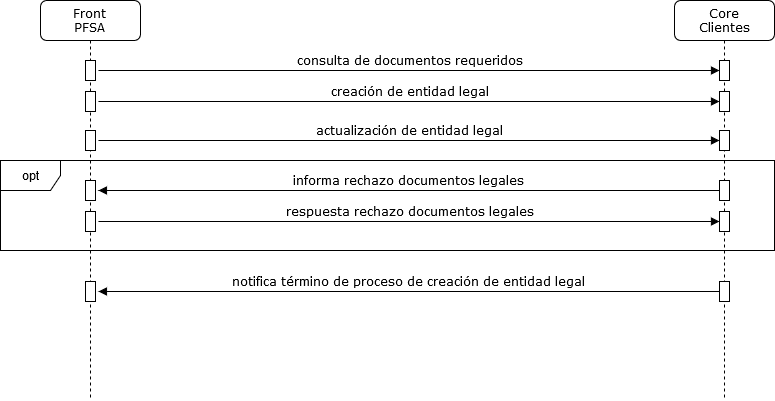
Before: Diagrama de Interacción Front.png, a diagram exported from draw.io (Derivatik/Recursos-Documentacion). Source tidied: cells renumbered, new cells last; positions are measured from the earlier drawing's top-left corner, leaving out a move shared by most shapes. Source of this version:
```xml
<mxGraphModel background="#ffffff">
  <root>
    <mxCell id="0" />
    <mxCell id="1" parent="0" />
    <mxCell id="2" value="consulta de documentos requeridos" style="html=1;verticalAlign=bottom;endArrow=block;labelBackgroundColor=none;fontFamily=Verdana;fontSize=12;edgeStyle=elbowEdgeStyle;elbow=vertical;exitX=1.295;exitY=0.5;exitDx=0;exitDy=0;exitPerimeter=0;" parent="1" edge="1" source="6" target="4">
      <mxGeometry relative="1" as="geometry" />
    </mxCell>
    <mxCell id="3" value="Core &lt;br&gt;Clientes" style="shape=umlLifeline;perimeter=lifelinePerimeter;whiteSpace=wrap;html=1;rounded=1;shadow=0;comic=0;labelBackgroundColor=none;strokeWidth=1;fontFamily=Verdana;fontSize=12;align=center;" parent="1" vertex="1">
      <mxGeometry x="674" width="100" height="400" as="geometry" />
    </mxCell>
    <mxCell id="4" style="html=1;points=[];perimeter=orthogonalPerimeter;rounded=0;shadow=0;comic=0;labelBackgroundColor=none;strokeWidth=1;fontFamily=Verdana;fontSize=12;align=center;" parent="3" vertex="1">
      <mxGeometry x="45" y="60" width="10" height="20" as="geometry" />
    </mxCell>
    <mxCell id="5" value="Front&lt;br&gt;PFSA" style="shape=umlLifeline;perimeter=lifelinePerimeter;whiteSpace=wrap;html=1;rounded=1;shadow=0;comic=0;labelBackgroundColor=none;strokeWidth=1;fontFamily=Verdana;fontSize=12;align=center;" parent="1" vertex="1">
      <mxGeometry x="40" width="100" height="400" as="geometry" />
    </mxCell>
    <mxCell id="6" style="html=1;points=[];perimeter=orthogonalPerimeter;rounded=0;shadow=0;comic=0;labelBackgroundColor=none;strokeWidth=1;fontFamily=Verdana;fontSize=12;align=center;" parent="5" vertex="1">
      <mxGeometry x="45" y="60" width="10" height="20" as="geometry" />
    </mxCell>
    <mxCell id="7" value="opt" style="shape=umlFrame;whiteSpace=wrap;html=1;" parent="1" vertex="1">
      <mxGeometry y="160" width="774" height="90" as="geometry" />
    </mxCell>
    <mxCell id="8" value="informa rechazo documentos legales" style="html=1;verticalAlign=bottom;endArrow=block;labelBackgroundColor=none;fontFamily=Verdana;fontSize=12;edgeStyle=elbowEdgeStyle;elbow=vertical;entryX=1.295;entryY=0.5;entryDx=0;entryDy=0;entryPerimeter=0;" parent="1" edge="1" source="9" target="10">
      <mxGeometry relative="1" as="geometry" />
    </mxCell>
    <mxCell id="9" style="html=1;points=[];perimeter=orthogonalPerimeter;rounded=0;shadow=0;comic=0;labelBackgroundColor=none;strokeWidth=1;fontFamily=Verdana;fontSize=12;align=center;" parent="1" vertex="1">
      <mxGeometry x="719" y="180" width="10" height="20" as="geometry" />
    </mxCell>
    <mxCell id="10" style="html=1;points=[];perimeter=orthogonalPerimeter;rounded=0;shadow=0;comic=0;labelBackgroundColor=none;strokeWidth=1;fontFamily=Verdana;fontSize=12;align=center;" parent="1" vertex="1">
      <mxGeometry x="85" y="180" width="10" height="20" as="geometry" />
    </mxCell>
    <mxCell id="11" value="respuesta rechazo documentos legales" style="html=1;verticalAlign=bottom;endArrow=block;labelBackgroundColor=none;fontFamily=Verdana;fontSize=12;edgeStyle=elbowEdgeStyle;elbow=vertical;exitX=1.295;exitY=0.5;exitDx=0;exitDy=0;exitPerimeter=0;" parent="1" edge="1" source="13" target="12">
      <mxGeometry relative="1" as="geometry" />
    </mxCell>
    <mxCell id="12" style="html=1;points=[];perimeter=orthogonalPerimeter;rounded=0;shadow=0;comic=0;labelBackgroundColor=none;strokeWidth=1;fontFamily=Verdana;fontSize=12;align=center;" parent="1" vertex="1">
      <mxGeometry x="719" y="211" width="10" height="20" as="geometry" />
    </mxCell>
    <mxCell id="13" style="html=1;points=[];perimeter=orthogonalPerimeter;rounded=0;shadow=0;comic=0;labelBackgroundColor=none;strokeWidth=1;fontFamily=Verdana;fontSize=12;align=center;" parent="1" vertex="1">
      <mxGeometry x="85" y="211" width="10" height="20" as="geometry" />
    </mxCell>
    <mxCell id="14" value="creación de entidad legal" style="html=1;verticalAlign=bottom;endArrow=block;labelBackgroundColor=none;fontFamily=Verdana;fontSize=12;edgeStyle=elbowEdgeStyle;elbow=vertical;exitX=1.295;exitY=0.5;exitDx=0;exitDy=0;exitPerimeter=0;" parent="1" edge="1" source="16" target="15">
      <mxGeometry relative="1" as="geometry" />
    </mxCell>
    <mxCell id="15" style="html=1;points=[];perimeter=orthogonalPerimeter;rounded=0;shadow=0;comic=0;labelBackgroundColor=none;strokeWidth=1;fontFamily=Verdana;fontSize=12;align=center;" parent="1" vertex="1">
      <mxGeometry x="719" y="91" width="10" height="20" as="geometry" />
    </mxCell>
    <mxCell id="16" style="html=1;points=[];perimeter=orthogonalPerimeter;rounded=0;shadow=0;comic=0;labelBackgroundColor=none;strokeWidth=1;fontFamily=Verdana;fontSize=12;align=center;" parent="1" vertex="1">
      <mxGeometry x="85" y="91" width="10" height="20" as="geometry" />
    </mxCell>
    <mxCell id="17" value="notifica término de proceso de creación de entidad legal" style="html=1;verticalAlign=bottom;endArrow=block;labelBackgroundColor=none;fontFamily=Verdana;fontSize=12;edgeStyle=elbowEdgeStyle;elbow=vertical;entryX=1.295;entryY=0.5;entryDx=0;entryDy=0;entryPerimeter=0;" parent="1" edge="1" source="18" target="19">
      <mxGeometry relative="1" as="geometry" />
    </mxCell>
    <mxCell id="18" style="html=1;points=[];perimeter=orthogonalPerimeter;rounded=0;shadow=0;comic=0;labelBackgroundColor=none;strokeWidth=1;fontFamily=Verdana;fontSize=12;align=center;" parent="1" vertex="1">
      <mxGeometry x="719" y="281" width="10" height="20" as="geometry" />
    </mxCell>
    <mxCell id="19" style="html=1;points=[];perimeter=orthogonalPerimeter;rounded=0;shadow=0;comic=0;labelBackgroundColor=none;strokeWidth=1;fontFamily=Verdana;fontSize=12;align=center;" parent="1" vertex="1">
      <mxGeometry x="85" y="281" width="10" height="20" as="geometry" />
    </mxCell>
    <mxCell id="20" value="actualización de entidad legal" style="html=1;verticalAlign=bottom;endArrow=block;labelBackgroundColor=none;fontFamily=Verdana;fontSize=12;edgeStyle=elbowEdgeStyle;elbow=vertical;exitX=1.295;exitY=0.5;exitDx=0;exitDy=0;exitPerimeter=0;" parent="1" edge="1" source="22" target="21">
      <mxGeometry relative="1" as="geometry" />
    </mxCell>
    <mxCell id="21" style="html=1;points=[];perimeter=orthogonalPerimeter;rounded=0;shadow=0;comic=0;labelBackgroundColor=none;strokeWidth=1;fontFamily=Verdana;fontSize=12;align=center;" parent="1" vertex="1">
      <mxGeometry x="719" y="130" width="10" height="20" as="geometry" />
    </mxCell>
    <mxCell id="22" style="html=1;points=[];perimeter=orthogonalPerimeter;rounded=0;shadow=0;comic=0;labelBackgroundColor=none;strokeWidth=1;fontFamily=Verdana;fontSize=12;align=center;" parent="1" vertex="1">
      <mxGeometry x="85" y="130" width="10" height="20" as="geometry" />
    </mxCell>
  </root>
</mxGraphModel>
```
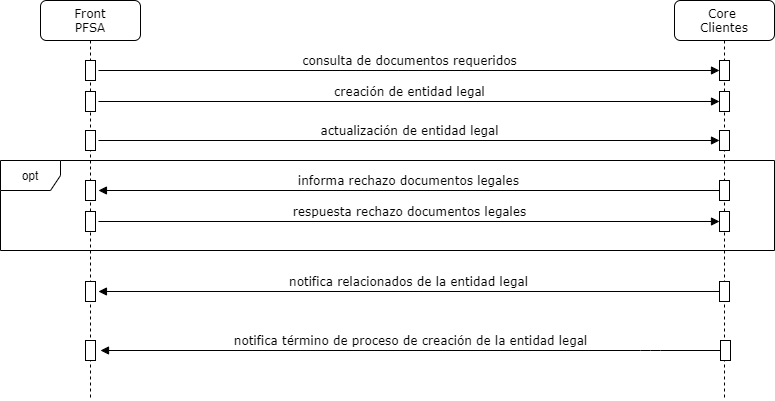
After the change.

Commit message:
modificacion del diagrama de secuencia entra core-clientes y front pfsa

The edit, as a diff of the source:
```diff
@@ -11,12 +11,18 @@
     <mxCell id="4" style="html=1;points=[];perimeter=orthogonalPerimeter;rounded=0;shadow=0;comic=0;labelBackgroundColor=none;strokeWidth=1;fontFamily=Verdana;fontSize=12;align=center;" parent="3" vertex="1">
       <mxGeometry x="45" y="60" width="10" height="20" as="geometry" />
     </mxCell>
+    <mxCell id="23" style="html=1;points=[];perimeter=orthogonalPerimeter;rounded=0;shadow=0;comic=0;labelBackgroundColor=none;strokeWidth=1;fontFamily=Verdana;fontSize=12;align=center;" parent="3" vertex="1">
+      <mxGeometry x="46" y="340" width="10" height="20" as="geometry" />
+    </mxCell>
     <mxCell id="5" value="Front&lt;br&gt;PFSA" style="shape=umlLifeline;perimeter=lifelinePerimeter;whiteSpace=wrap;html=1;rounded=1;shadow=0;comic=0;labelBackgroundColor=none;strokeWidth=1;fontFamily=Verdana;fontSize=12;align=center;" parent="1" vertex="1">
       <mxGeometry x="40" width="100" height="400" as="geometry" />
     </mxCell>
     <mxCell id="6" style="html=1;points=[];perimeter=orthogonalPerimeter;rounded=0;shadow=0;comic=0;labelBackgroundColor=none;strokeWidth=1;fontFamily=Verdana;fontSize=12;align=center;" parent="5" vertex="1">
       <mxGeometry x="45" y="60" width="10" height="20" as="geometry" />
     </mxCell>
+    <mxCell id="24" style="html=1;perimeter=orthogonalPerimeter;rounded=0;shadow=0;comic=0;labelBackgroundColor=none;strokeWidth=1;fontFamily=Verdana;fontSize=12;align=center;" parent="5" vertex="1">
+      <mxGeometry x="45" y="340" width="10" height="20" as="geometry" />
+    </mxCell>
     <mxCell id="7" value="opt" style="shape=umlFrame;whiteSpace=wrap;html=1;" parent="1" vertex="1">
       <mxGeometry y="160" width="774" height="90" as="geometry" />
     </mxCell>
@@ -47,7 +53,7 @@
     <mxCell id="16" style="html=1;points=[];perimeter=orthogonalPerimeter;rounded=0;shadow=0;comic=0;labelBackgroundColor=none;strokeWidth=1;fontFamily=Verdana;fontSize=12;align=center;" parent="1" vertex="1">
       <mxGeometry x="85" y="91" width="10" height="20" as="geometry" />
     </mxCell>
-    <mxCell id="17" value="notifica término de proceso de creación de entidad legal" style="html=1;verticalAlign=bottom;endArrow=block;labelBackgroundColor=none;fontFamily=Verdana;fontSize=12;edgeStyle=elbowEdgeStyle;elbow=vertical;entryX=1.295;entryY=0.5;entryDx=0;entryDy=0;entryPerimeter=0;" parent="1" edge="1" source="18" target="19">
+    <mxCell id="17" value="notifica relacionados de la entidad legal" style="html=1;verticalAlign=bottom;endArrow=block;labelBackgroundColor=none;fontFamily=Verdana;fontSize=12;edgeStyle=elbowEdgeStyle;elbow=vertical;entryX=1.295;entryY=0.5;entryDx=0;entryDy=0;entryPerimeter=0;" parent="1" edge="1" source="18" target="19">
       <mxGeometry relative="1" as="geometry" />
     </mxCell>
     <mxCell id="18" style="html=1;points=[];perimeter=orthogonalPerimeter;rounded=0;shadow=0;comic=0;labelBackgroundColor=none;strokeWidth=1;fontFamily=Verdana;fontSize=12;align=center;" parent="1" vertex="1">
@@ -65,5 +71,13 @@
     <mxCell id="22" style="html=1;points=[];perimeter=orthogonalPerimeter;rounded=0;shadow=0;comic=0;labelBackgroundColor=none;strokeWidth=1;fontFamily=Verdana;fontSize=12;align=center;" parent="1" vertex="1">
       <mxGeometry x="85" y="130" width="10" height="20" as="geometry" />
     </mxCell>
+    <mxCell id="25" value="notifica término de proceso de creación de la entidad legal" style="html=1;verticalAlign=bottom;endArrow=block;labelBackgroundColor=none;fontFamily=Verdana;fontSize=12;edgeStyle=elbowEdgeStyle;elbow=vertical;" parent="1" edge="1" source="23">
+      <mxGeometry relative="1" as="geometry">
+        <mxPoint x="100" y="350" as="targetPoint" />
+        <Array as="points">
+          <mxPoint x="650" y="350" />
+        </Array>
+      </mxGeometry>
+    </mxCell>
   </root>
 </mxGraphModel>
```
